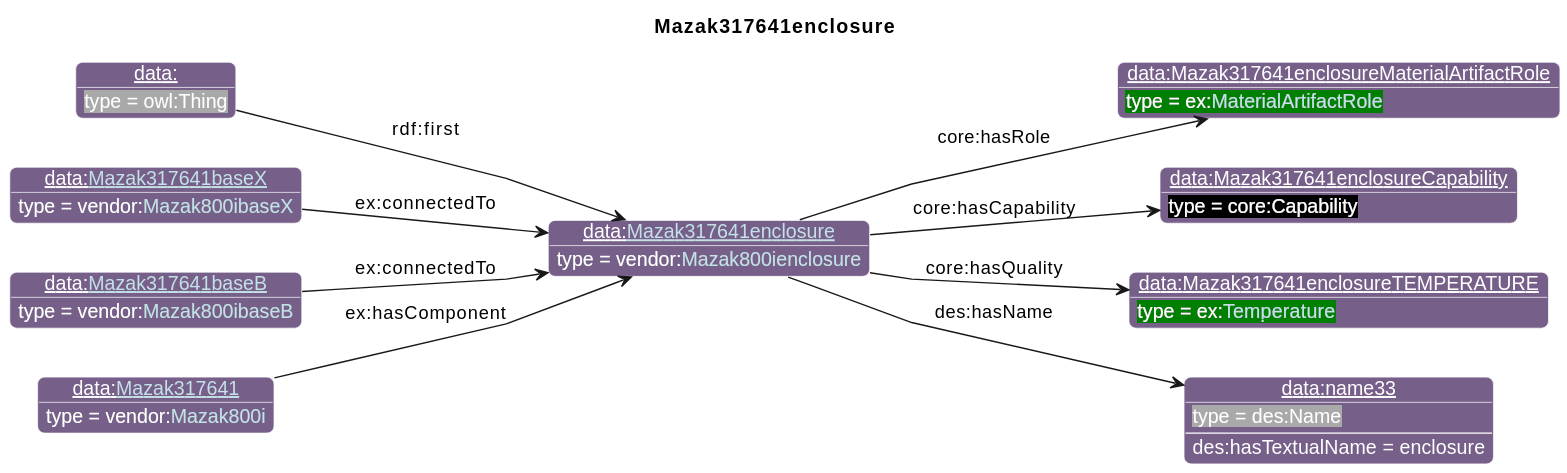
This is diagrams/Mazak317641enclosure.svg from iofoundry/example-syseng-mtconnect, a PlantUML export, as it was before one commit.
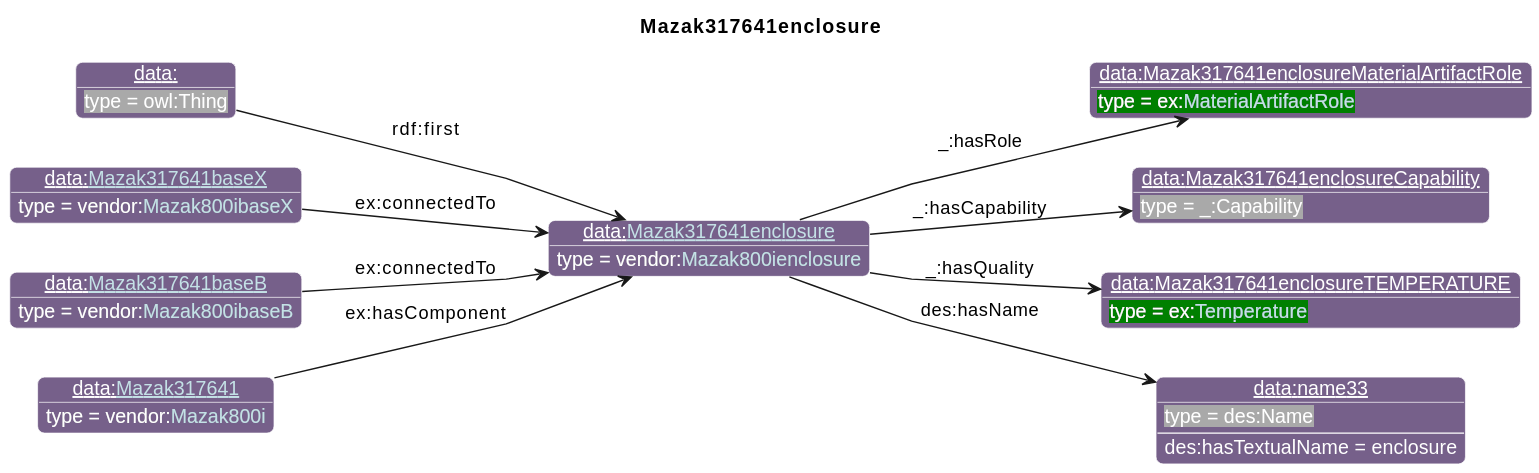
Above is the later version.

The edit, as a diff of the source:
```diff
@@ -27,16 +27,16 @@
       }
 individual(o0, data:[[./Mazak317641enclosure.html Mazak317641enclosure]], vendor:[[../Mazak.html#Mazak800ienclosure Mazak800ienclosure]])
 individual(o1, data:Mazak317641enclosureMaterialArtifactRole, ex:[[../Example.html#MaterialArtifactRole MaterialArtifactRole]])
-individual(o2, data:Mazak317641enclosureCapability, core:Capability)
+individual(o2, data:Mazak317641enclosureCapability, _:Capability)
 individual(o3, data:Mazak317641enclosureTEMPERATURE, ex:[[../Example.html#Temperature Temperature]])
 individual(o4, data:name33, des:Name)
 individual(o5, data:, owl:Thing)
 individual(o6, data:[[./Mazak317641baseX.html Mazak317641baseX]], vendor:[[../Mazak.html#Mazak800ibaseX Mazak800ibaseX]])
 individual(o7, data:[[./Mazak317641baseB.html Mazak317641baseB]], vendor:[[../Mazak.html#Mazak800ibaseB Mazak800ibaseB]])
 individual(o8, data:[[./Mazak317641.html Mazak317641]], vendor:[[../Mazak.html#Mazak800i Mazak800i]])
-property(o0, "core:hasRole", o1)
-property(o0, "core:hasCapability", o2)
-property(o0, "core:hasQuality", o3)
+property(o0, "_:hasRole", o1)
+property(o0, "_:hasCapability", o2)
+property(o0, "_:hasQuality", o3)
 property(o0, "des:hasName", o4)
 data(o4, "des:hasTextualName", "enclosure")
 property(o5, "rdf:first", o0)
```
